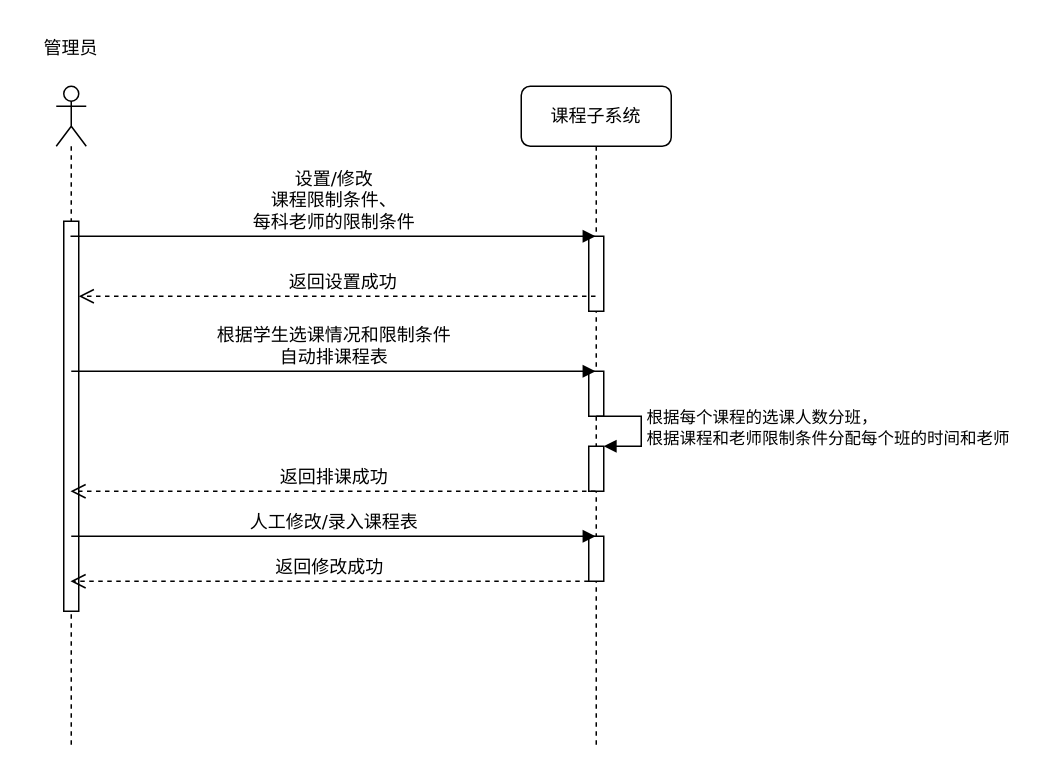
Before: 排课.drawio in deanzz/blog, a draw.io diagram. Source tidied: cells renumbered, new cells numbered last; positions are measured from the earlier drawing's top-left corner, leaving out a move shared by most shapes. Both pictures are drawn from the tidied source at 150%, with x=0, y=0 at pixel (26, 26).
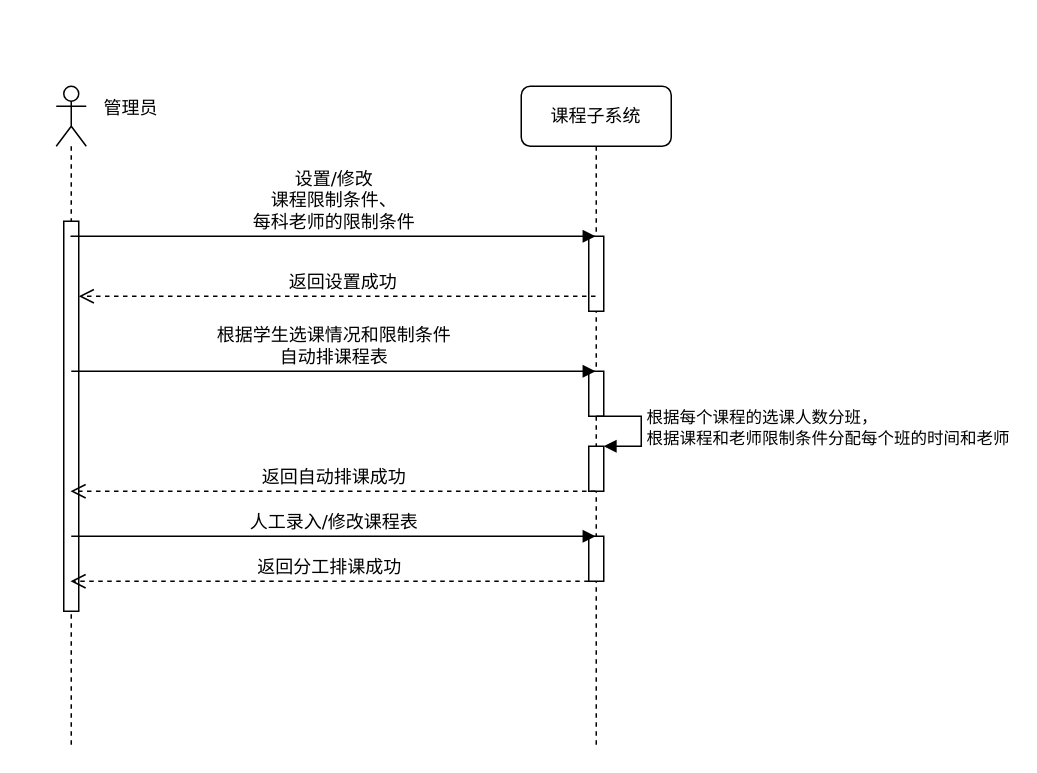
The same diagram, later.

Unchanged cells that the change refers to:
```xml
<mxCell id="2" value="课程子系统" style="shape=umlLifeline;perimeter=lifelinePerimeter;whiteSpace=wrap;html=1;outlineConnect=0;rounded=1;shadow=0;comic=0;labelBackgroundColor=none;strokeWidth=1;fontFamily=Verdana;fontSize=12;align=center;" parent="1" vertex="1">
  <mxGeometry x="330" y="40" width="100" height="440" as="geometry" />
</mxCell>
<mxCell id="8" style="shape=umlLifeline;participant=umlActor;perimeter=lifelinePerimeter;whiteSpace=wrap;html=1;verticalAlign=top;spacingTop=36;outlineConnect=0;" parent="1" vertex="1">
  <mxGeometry x="20" y="40" width="20" height="440" as="geometry" />
</mxCell>
```

Diff of the diagram source:
```diff
@@
-    <mxCell id="13" value="返回排课成功" style="html=1;verticalAlign=bottom;endArrow=open;dashed=1;endSize=8;labelBackgroundColor=none;fontFamily=Verdana;fontSize=12;edgeStyle=elbowEdgeStyle;elbow=vertical;" parent="1" edge="1" source="2" target="8">
+    <mxCell id="13" value="返回自动排课成功" style="html=1;verticalAlign=bottom;endArrow=open;dashed=1;endSize=8;labelBackgroundColor=none;fontFamily=Verdana;fontSize=12;edgeStyle=elbowEdgeStyle;elbow=vertical;" parent="1" edge="1" source="2" target="8">
       <mxGeometry relative="1" as="geometry">
         <Array as="points">
           <mxPoint x="290" y="310" />
           <mxPoint x="300" y="300" />
           <mxPoint x="175" y="280" />
           <mxPoint x="175" y="270" />
           <mxPoint x="40.5" y="480" />
           <mxPoint x="170.5" y="480" />
           <mxPoint x="85.5" y="480" />
           <mxPoint x="115.5" y="480" />
         </Array>
       </mxGeometry>
     </mxCell>
-    <mxCell id="14" value="人工修改/录入课程表" style="html=1;verticalAlign=bottom;endArrow=block;labelBackgroundColor=none;fontFamily=Verdana;fontSize=12;edgeStyle=elbowEdgeStyle;elbow=vertical;" parent="1" edge="1" target="2">
+    <mxCell id="14" value="人工录入/修改课程表" style="html=1;verticalAlign=bottom;endArrow=block;labelBackgroundColor=none;fontFamily=Verdana;fontSize=12;edgeStyle=elbowEdgeStyle;elbow=vertical;" parent="1" edge="1" target="2">
       <mxGeometry relative="1" as="geometry">
         <mxPoint x="30" y="340" as="sourcePoint" />
         <Array as="points">
           <mxPoint x="110.5" y="340" />
           <mxPoint x="100.5" y="330" />
           <mxPoint x="210.5" y="357" />
         </Array>
       </mxGeometry>
     </mxCell>
     <mxCell id="15" value="管理员" style="text;html=1;strokeColor=none;fillColor=none;align=center;verticalAlign=middle;whiteSpace=wrap;rounded=0;" parent="1" vertex="1">
-      <mxGeometry width="60" height="30" as="geometry" />
+      <mxGeometry x="40" y="40" width="60" height="30" as="geometry" />
     </mxCell>
-    <mxCell id="16" value="返回修改成功" style="html=1;verticalAlign=bottom;endArrow=open;dashed=1;endSize=8;labelBackgroundColor=none;fontFamily=Verdana;fontSize=12;edgeStyle=elbowEdgeStyle;elbow=vertical;" parent="1" edge="1" target="8">
+    <mxCell id="16" value="返回分工排课成功" style="html=1;verticalAlign=bottom;endArrow=open;dashed=1;endSize=8;labelBackgroundColor=none;fontFamily=Verdana;fontSize=12;edgeStyle=elbowEdgeStyle;elbow=vertical;" parent="1" edge="1" target="8">
       <mxGeometry relative="1" as="geometry">
         <mxPoint x="375" y="370" as="sourcePoint" />
         <Array as="points">
           <mxPoint x="80" y="370" />
           <mxPoint x="90" y="370" />
           <mxPoint x="90" y="370" />
           <mxPoint x="90" y="380" />
           <mxPoint x="100" y="372" />
           <mxPoint x="110" y="372" />
           <mxPoint x="280.5" y="370" />
           <mxPoint x="280.5" y="360" />
           <mxPoint x="146" y="570" />
           <mxPoint x="276" y="570" />
           <mxPoint x="191" y="570" />
           <mxPoint x="221" y="570" />
         </Array>
       </mxGeometry>
     </mxCell>
```
